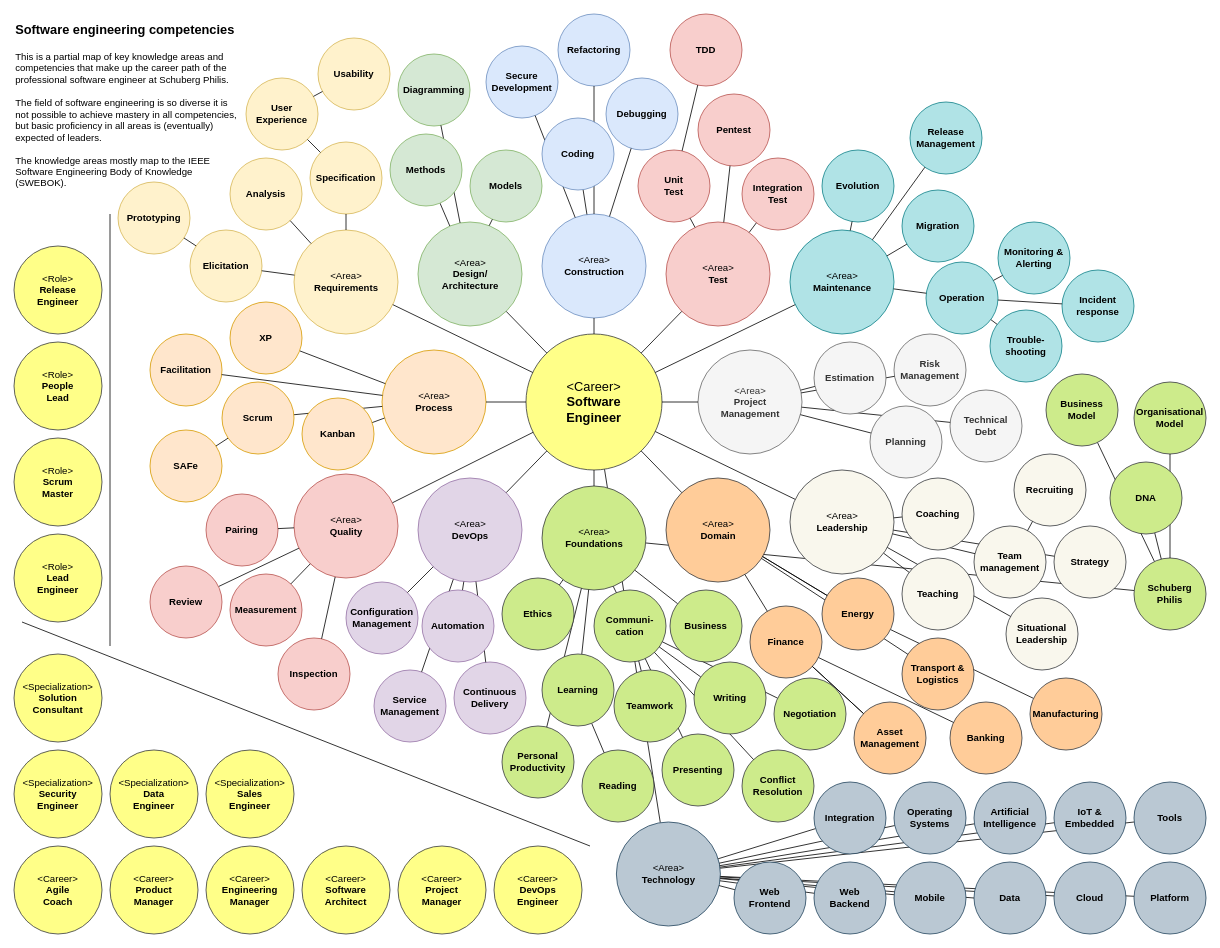
lsimons/career-model keeps this draw.io diagram as page "SE Competencies" (1 of 2) of docs/design/competency-groups.drawio. Above is the earlier version. Source tidied: cells renumbered, new cells numbered last; positions are measured from the earlier drawing's top-left corner, leaving out a move shared by most shapes. Both pictures are drawn from the tidied source at 80%, with x=0, y=0 at pixel (14, 14).
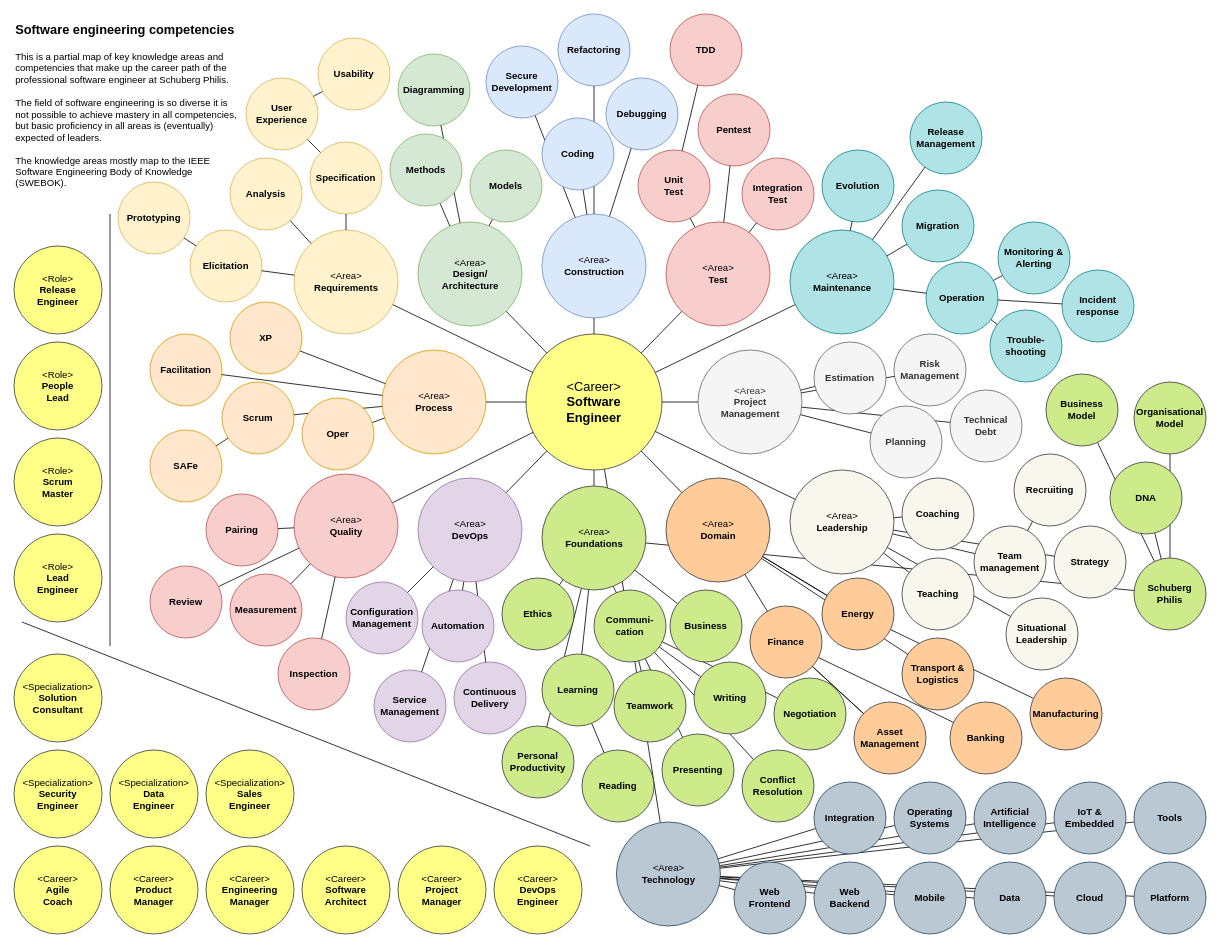
After the change.

The edit, as a diff of the source:
```diff
@@
-    <mxCell id="156" value="Kanban" style="ellipse;whiteSpace=wrap;html=1;fontStyle=1;fillColor=#ffe6cc;strokeColor=#d79b00;" parent="1" vertex="1">
+    <mxCell id="156" value="Oper" style="ellipse;whiteSpace=wrap;html=1;fontStyle=1;fillColor=#ffe6cc;strokeColor=#d79b00;" parent="1" vertex="1">
       <mxGeometry x="360" y="480" width="90" height="90" as="geometry" />
     </mxCell>
```
